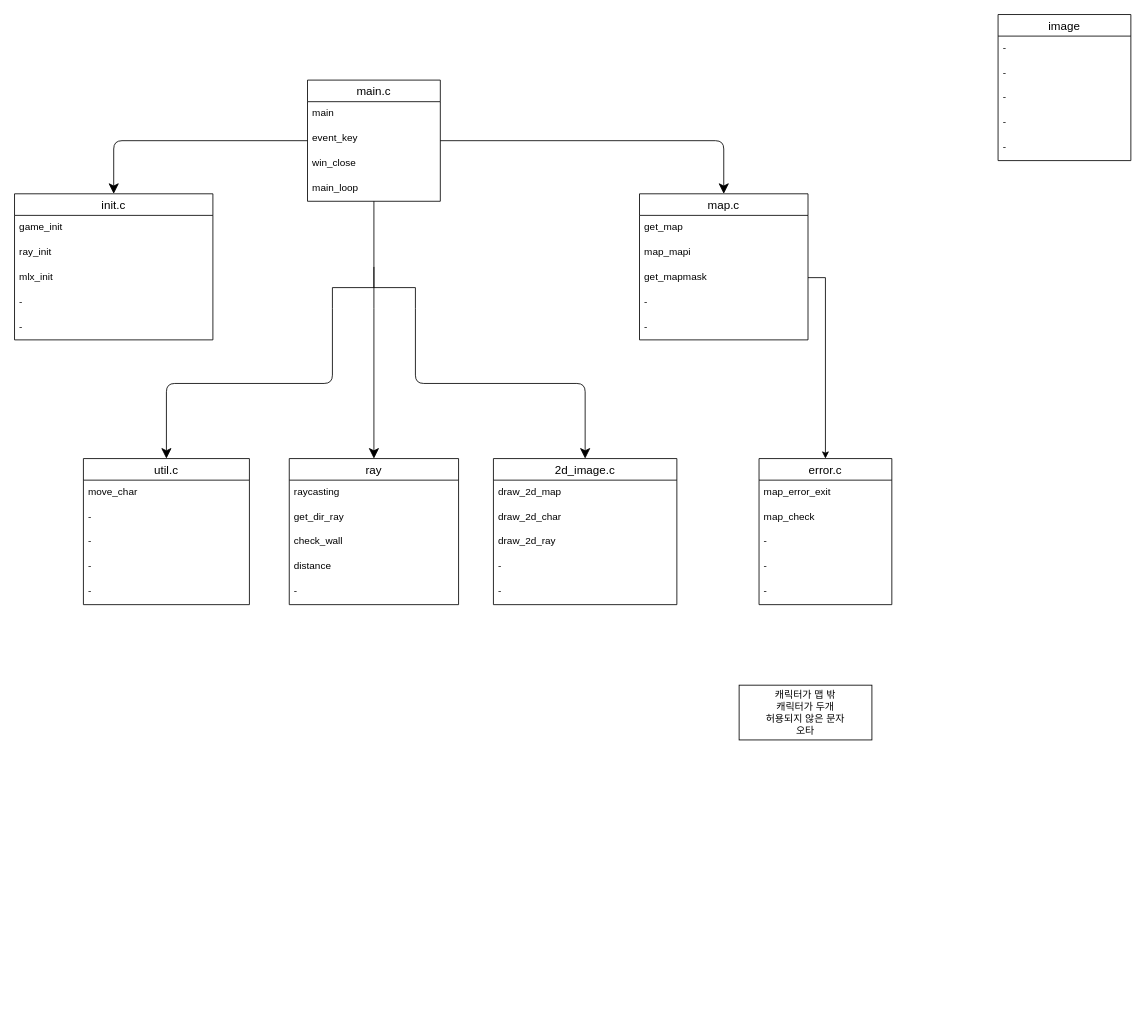
The draw.io diagram drawio/cub3d.drawio in meong99/42_seoul, before the edit. Source tidied: cells renumbered, new cells numbered last; positions are measured from the earlier drawing's top-left corner, leaving out a move shared by most shapes. Both pictures are drawn from the tidied source at 83%, with x=0, y=0 at pixel (14, 14).
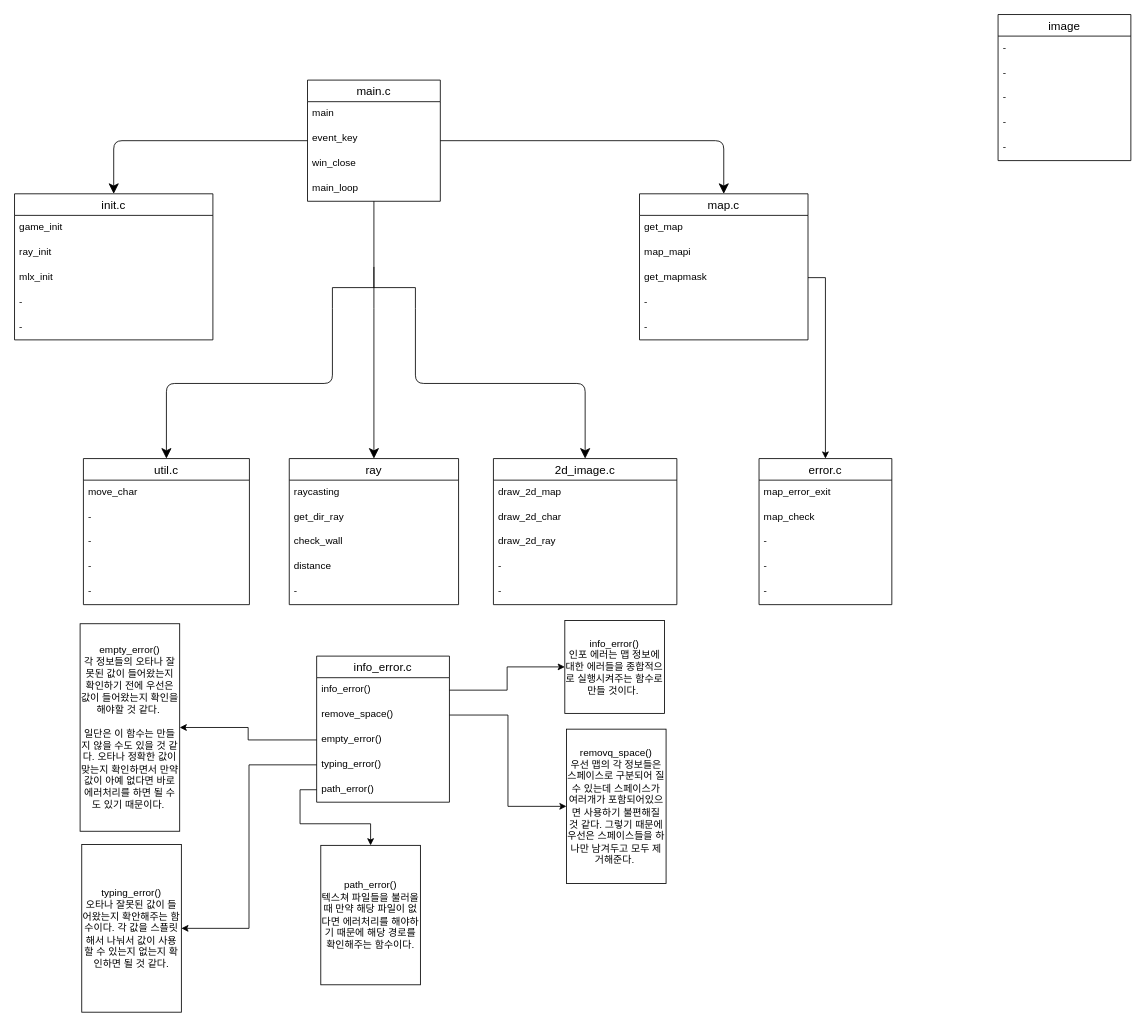
The same page after the edit.

Change to the diagram source:
```diff
@@
-    <mxCell id="58" value="캐릭터가 맵 밖&lt;br&gt;캐릭터가 두개&lt;br&gt;허용되지 않은 문자&lt;br&gt;오타" style="rounded=0;whiteSpace=wrap;html=1;" parent="1" vertex="1">
-      <mxGeometry x="873" y="808" width="160" height="66" as="geometry" />
-    </mxCell>
+    <mxCell id="59" value="info_error.c" style="swimlane;fontStyle=0;horizontal=1;startSize=26;align=center;fontSize=14;fillColor=#FFFFFF;" parent="1" vertex="1">
+      <mxGeometry x="364" y="773" width="160" height="176" as="geometry" />
+    </mxCell>
+    <mxCell id="60" value="info_error()" style="text;strokeColor=none;fillColor=none;spacingLeft=4;spacingRight=4;overflow=hidden;points=[[0,0.5],[1,0.5]];portConstraint=eastwest;fontSize=12;" parent="59" vertex="1">
+      <mxGeometry y="26" width="160" height="30" as="geometry" />
+    </mxCell>
+    <mxCell id="61" value="remove_space()" style="text;strokeColor=none;fillColor=none;spacingLeft=4;spacingRight=4;overflow=hidden;points=[[0,0.5],[1,0.5]];portConstraint=eastwest;fontSize=12;" parent="59" vertex="1">
+      <mxGeometry y="56" width="160" height="30" as="geometry" />
+    </mxCell>
+    <mxCell id="62" value="empty_error()" style="text;strokeColor=none;fillColor=none;spacingLeft=4;spacingRight=4;overflow=hidden;points=[[0,0.5],[1,0.5]];portConstraint=eastwest;fontSize=12;" parent="59" vertex="1">
+      <mxGeometry y="86" width="160" height="30" as="geometry" />
+    </mxCell>
+    <mxCell id="63" value="typing_error()" style="text;strokeColor=none;fillColor=none;spacingLeft=4;spacingRight=4;overflow=hidden;points=[[0,0.5],[1,0.5]];portConstraint=eastwest;fontSize=12;" parent="59" vertex="1">
+      <mxGeometry y="116" width="160" height="30" as="geometry" />
+    </mxCell>
+    <mxCell id="64" value="path_error()" style="text;strokeColor=none;fillColor=none;spacingLeft=4;spacingRight=4;overflow=hidden;points=[[0,0.5],[1,0.5]];portConstraint=eastwest;fontSize=12;" parent="59" vertex="1">
+      <mxGeometry y="146" width="160" height="30" as="geometry" />
+    </mxCell>
+    <mxCell id="65" value="info_error()&lt;br&gt;인포 에러는 맵 정보에 대한 에러들을 종합적으로 실행시켜주는 함수로 만들 것이다.&amp;nbsp;" style="rounded=0;whiteSpace=wrap;html=1;" parent="1" vertex="1">
+      <mxGeometry x="663" y="730" width="120" height="112" as="geometry" />
+    </mxCell>
+    <mxCell id="66" value="removq_space()&lt;br&gt;우선 맵의 각 정보들은 스페이스로 구분되어 질 수 있는데 스페이스가 여러개가 포함되어있으면 사용하기 불편해질 것 같다. 그렇기 때문에 우선은 스페이스들을 하나만 남겨두고 모두 제거해준다.&amp;nbsp;" style="rounded=0;whiteSpace=wrap;html=1;" parent="1" vertex="1">
+      <mxGeometry x="665" y="861" width="120" height="186" as="geometry" />
+    </mxCell>
+    <mxCell id="67" style="edgeStyle=orthogonalEdgeStyle;rounded=0;jettySize=auto;html=1;exitX=1;exitY=0.5;exitDx=0;exitDy=0;entryX=0;entryY=0.5;entryDx=0;entryDy=0;" parent="1" edge="1" source="60" target="65">
+      <mxGeometry relative="1" as="geometry" />
+    </mxCell>
+    <mxCell id="68" style="edgeStyle=orthogonalEdgeStyle;rounded=0;jettySize=auto;html=1;exitX=1;exitY=0.5;exitDx=0;exitDy=0;entryX=0;entryY=0.5;entryDx=0;entryDy=0;" parent="1" edge="1" source="61" target="66">
+      <mxGeometry relative="1" as="geometry" />
+    </mxCell>
+    <mxCell id="69" value="empty_error()&lt;br&gt;각 정보들의 오타나 잘못된 값이 들어왔는지 확인하기 전에 우선은 값이 들어왔는지 확인을 해야할 것 같다.&amp;nbsp;&lt;br&gt;&lt;br&gt;일단은 이 함수는 만들지 않을 수도 있을 것 같다. 오타나 정확한 값이 맞는지 확인하면서 만약 값이 아예 없다면 바로 에러처리를 하면 될 수도 있기 때문이다.&amp;nbsp;" style="rounded=0;whiteSpace=wrap;html=1;" parent="1" vertex="1">
+      <mxGeometry x="79" y="734" width="120" height="250" as="geometry" />
+    </mxCell>
+    <mxCell id="70" style="edgeStyle=orthogonalEdgeStyle;rounded=0;jettySize=auto;html=1;exitX=0;exitY=0.5;exitDx=0;exitDy=0;entryX=1;entryY=0.5;entryDx=0;entryDy=0;" parent="1" edge="1" source="62" target="69">
+      <mxGeometry relative="1" as="geometry" />
+    </mxCell>
+    <mxCell id="71" value="typing_error()&lt;br&gt;오타나 잘못된 값이 들어왔는지 확안해주는 함수이다. 각 값을 스플릿해서 나눠서 값이 사용할 수 있는지 없는지 확인하면 될 것 같다." style="rounded=0;whiteSpace=wrap;html=1;" parent="1" vertex="1">
+      <mxGeometry x="81" y="1000" width="120" height="202" as="geometry" />
+    </mxCell>
+    <mxCell id="72" style="edgeStyle=orthogonalEdgeStyle;rounded=0;jettySize=auto;html=1;exitX=0;exitY=0.5;exitDx=0;exitDy=0;entryX=1;entryY=0.5;entryDx=0;entryDy=0;" parent="1" edge="1" source="63" target="71">
+      <mxGeometry relative="1" as="geometry" />
+    </mxCell>
+    <mxCell id="73" value="path_error()&lt;br&gt;텍스쳐 파일들을 불러올 때 만약 해당 파일이 없다면 에러처리를 해야하기 때문에 해당 경로를 확인해주는 함수이다." style="rounded=0;whiteSpace=wrap;html=1;" parent="1" vertex="1">
+      <mxGeometry x="369" y="1001" width="120" height="168" as="geometry" />
+    </mxCell>
+    <mxCell id="74" style="edgeStyle=orthogonalEdgeStyle;rounded=0;jettySize=auto;html=1;exitX=0;exitY=0.5;exitDx=0;exitDy=0;entryX=0.5;entryY=0;entryDx=0;entryDy=0;" parent="1" edge="1" source="64" target="73">
+      <mxGeometry relative="1" as="geometry" />
+    </mxCell>
```
